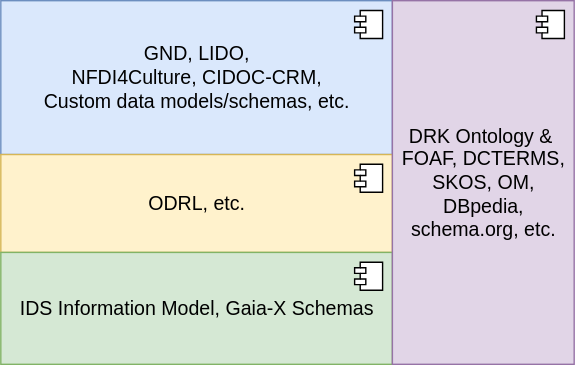
Before: test-folder-1/test-figure-1-svg.drawio.svg, a diagram exported from draw.io (rohitadeshmukh13/IM-Test). Source tidied: cells renumbered, new cells last; positions are measured from the earlier drawing's top-left corner, leaving out a move shared by most shapes.
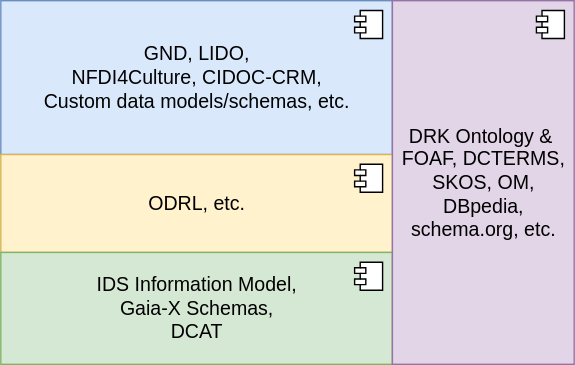
The same diagram one commit later.

The edit, as a diff of the source:
```diff
@@ -5,34 +5,34 @@
     <mxCell id="2" value="&lt;font style=&quot;font-size: 14px&quot;&gt;GND, LIDO,&lt;br&gt;NFDI4Culture, CIDOC-CRM,&lt;br&gt;Custom data models/schemas, etc.&lt;/font&gt;" style="html=1;fillColor=#dae8fc;strokeColor=#6c8ebf;" parent="1" vertex="1">
       <mxGeometry width="280" height="110" as="geometry" />
     </mxCell>
-    <mxCell id="3" style="shape=module;jettyWidth=8;jettyHeight=4;" parent="2" vertex="1">
-      <mxGeometry x="1" width="20" height="20" relative="1" as="geometry">
-        <mxPoint x="-27" y="7" as="offset" />
-      </mxGeometry>
-    </mxCell>
+    <mxCell id="10" style="shape=module;jettyWidth=8;jettyHeight=4;" parent="2" vertex="1">
+      <mxGeometry x="1" width="20" height="20" relative="1" as="geometry">
+        <mxPoint x="-27" y="7" as="offset" />
+      </mxGeometry>
+    </mxCell>
     <mxCell id="4" value="&lt;span style=&quot;font-size: 14px&quot;&gt;ODRL, etc.&lt;/span&gt;" style="html=1;fillColor=#fff2cc;strokeColor=#d6b656;" parent="1" vertex="1">
       <mxGeometry y="110" width="280" height="70" as="geometry" />
     </mxCell>
-    <mxCell id="5" style="shape=module;jettyWidth=8;jettyHeight=4;" parent="4" vertex="1">
-      <mxGeometry x="1" width="20" height="20" relative="1" as="geometry">
-        <mxPoint x="-27" y="7" as="offset" />
-      </mxGeometry>
-    </mxCell>
-    <mxCell id="6" value="&lt;span style=&quot;font-size: 14px&quot;&gt;IDS Information Model, Gaia-X Schemas&lt;/span&gt;" style="html=1;fillColor=#d5e8d4;strokeColor=#82b366;" parent="1" vertex="1">
-      <mxGeometry y="180" width="280" height="80" as="geometry" />
-    </mxCell>
-    <mxCell id="7" style="shape=module;jettyWidth=8;jettyHeight=4;" parent="6" vertex="1">
-      <mxGeometry x="1" width="20" height="20" relative="1" as="geometry">
-        <mxPoint x="-27" y="7" as="offset" />
-      </mxGeometry>
-    </mxCell>
+    <mxCell id="11" style="shape=module;jettyWidth=8;jettyHeight=4;" parent="4" vertex="1">
+      <mxGeometry x="1" width="20" height="20" relative="1" as="geometry">
+        <mxPoint x="-27" y="7" as="offset" />
+      </mxGeometry>
+    </mxCell>
+    <mxCell id="12" value="&lt;span style=&quot;font-size: 14px&quot;&gt;IDS Information Model, &lt;br&gt;Gaia-X Schemas, &lt;br&gt;DCAT&lt;/span&gt;" style="html=1;fillColor=#d5e8d4;strokeColor=#82b366;" parent="1" vertex="1">
+      <mxGeometry y="180" width="280" height="80" as="geometry" />
+    </mxCell>
+    <mxCell id="13" style="shape=module;jettyWidth=8;jettyHeight=4;" parent="12" vertex="1">
+      <mxGeometry x="1" width="20" height="20" relative="1" as="geometry">
+        <mxPoint x="-27" y="7" as="offset" />
+      </mxGeometry>
+    </mxCell>
     <mxCell id="8" value="&lt;div&gt;&lt;span style=&quot;font-size: 14px; background-color: initial;&quot;&gt;DRK Ontology &amp;amp;&amp;nbsp;&lt;/span&gt;&lt;/div&gt;&lt;div&gt;&lt;span style=&quot;font-size: 14px; background-color: initial;&quot;&gt;FOAF, DCTERMS,&lt;/span&gt;&lt;br&gt;&lt;/div&gt;&lt;span style=&quot;font-size: 14px&quot;&gt;SKOS, OM,&lt;br&gt;DBpedia,&lt;br&gt;&lt;/span&gt;&lt;span style=&quot;font-size: 14px&quot;&gt;schema.org, etc.&lt;/span&gt;&lt;span style=&quot;font-size: 14px&quot;&gt;&lt;br&gt;&lt;/span&gt;" style="html=1;fillColor=#e1d5e7;strokeColor=#9673a6;" parent="1" vertex="1">
       <mxGeometry x="280" width="130" height="260" as="geometry" />
     </mxCell>
-    <mxCell id="9" style="shape=module;jettyWidth=8;jettyHeight=4;" parent="8" vertex="1">
-      <mxGeometry x="1" width="20" height="20" relative="1" as="geometry">
-        <mxPoint x="-27" y="7" as="offset" />
-      </mxGeometry>
-    </mxCell>
+    <mxCell id="14" style="shape=module;jettyWidth=8;jettyHeight=4;" parent="8" vertex="1">
+      <mxGeometry x="1" width="20" height="20" relative="1" as="geometry">
+        <mxPoint x="-27" y="7" as="offset" />
+      </mxGeometry>
+    </mxCell>
   </root>
 </mxGraphModel>
```
